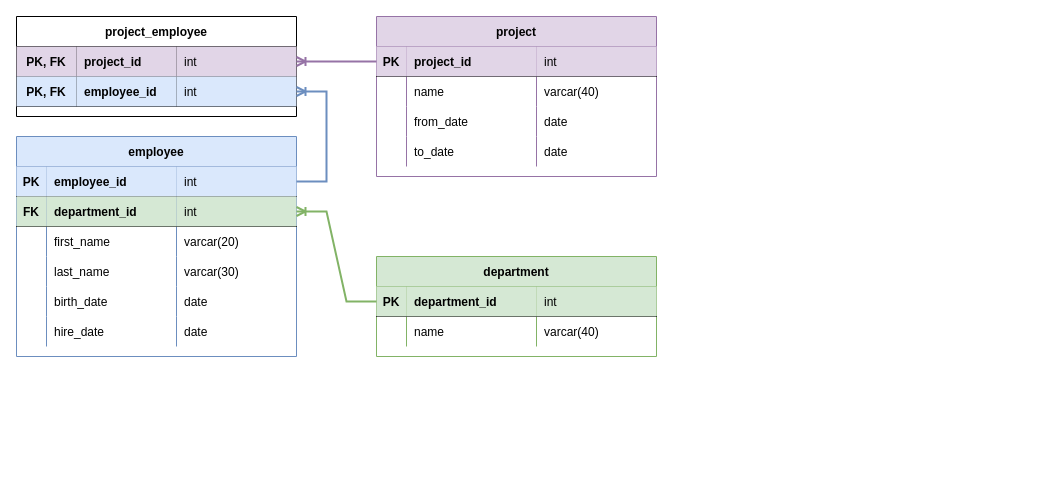
The draw.io diagram EmployeeProjects.drawio in kschuljak/kschuljak, before the edit. Source tidied: cells renumbered, new cells numbered last; positions are measured from the earlier drawing's top-left corner, leaving out a move shared by most shapes. Both pictures are drawn from the tidied source at 100%, with x=0, y=0 at pixel (16, 16).
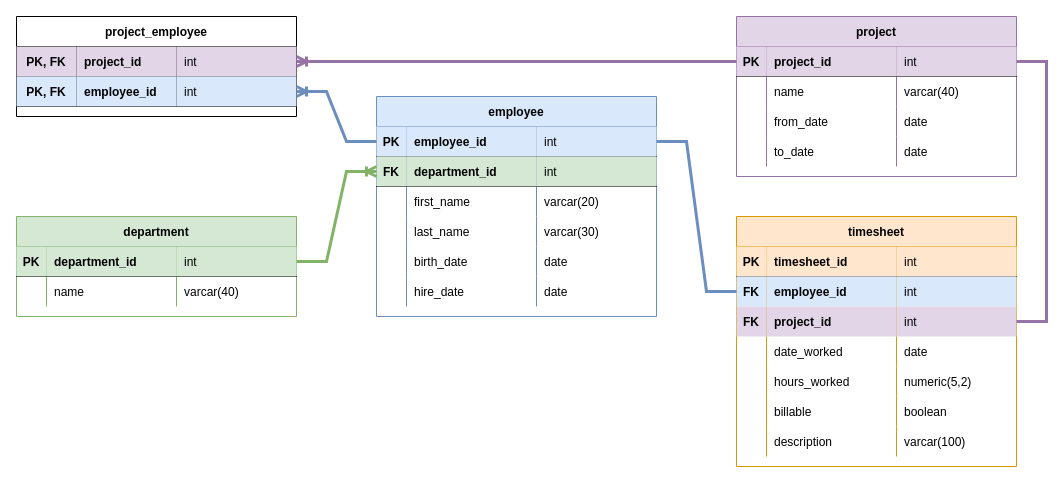
After the change.

The change refers to these unchanged cells:
```xml
<mxCell id="3" style="shape=partialRectangle;fillColor=none;points=[[0,0.5],[1,0.5]];portConstraint=eastwest;top=0;left=0;right=0;bottom=1;" parent="2" vertex="1">
  <mxGeometry y="30" width="280" height="30" as="geometry" />
</mxCell>
<mxCell id="12" style="shape=partialRectangle;fillColor=none;points=[[0,0.5],[1,0.5]];portConstraint=eastwest;top=0;left=0;right=0;bottom=1;" parent="11" vertex="1">
  <mxGeometry y="30" width="280" height="30" as="geometry" />
</mxCell>
<mxCell id="16" style="shape=partialRectangle;fillColor=none;points=[[0,0.5],[1,0.5]];portConstraint=eastwest;top=0;left=0;right=0;bottom=1;" parent="11" vertex="1">
  <mxGeometry y="60" width="280" height="30" as="geometry" />
</mxCell>
<mxCell id="37" style="shape=partialRectangle;fillColor=none;points=[[0,0.5],[1,0.5]];portConstraint=eastwest;top=0;left=0;right=0;bottom=1;" parent="36" vertex="1">
  <mxGeometry y="30" width="280" height="30" as="geometry" />
</mxCell>
<mxCell id="54" style="shape=partialRectangle;fillColor=none;points=[[0,0.5],[1,0.5]];portConstraint=eastwest;top=0;left=0;right=0;bottom=1;" parent="53" vertex="1">
  <mxGeometry y="30" width="280" height="30" as="geometry" />
</mxCell>
<mxCell id="58" style="shape=partialRectangle;fillColor=none;points=[[0,0.5],[1,0.5]];portConstraint=eastwest;top=0;left=0;right=0;bottom=1;" parent="53" vertex="1">
  <mxGeometry y="60" width="280" height="30" as="geometry" />
</mxCell>
```

Change to the diagram source:
```diff
@@
     <mxCell id="2" value="department" style="shape=table;startSize=30;childLayout=tableLayout;rowLines=0;fontStyle=1;align=center;fillColor=#d5e8d4;strokeColor=#82b366;" parent="1" vertex="1">
-      <mxGeometry x="360" y="240" width="280" height="100" as="geometry" />
+      <mxGeometry y="200" width="280" height="100" as="geometry" />
     </mxCell>
@@
     <mxCell id="11" value="employee" style="shape=table;startSize=30;childLayout=tableLayout;rowLines=0;fontStyle=1;align=center;fillColor=#dae8fc;strokeColor=#6c8ebf;" parent="1" vertex="1">
-      <mxGeometry y="120" width="280" height="220" as="geometry" />
+      <mxGeometry x="360" y="80" width="280" height="220" as="geometry" />
     </mxCell>
@@
     <mxCell id="36" value="project" style="shape=table;startSize=30;childLayout=tableLayout;rowLines=0;fontStyle=1;align=center;fillColor=#e1d5e7;strokeColor=#9673a6;" parent="1" vertex="1">
-      <mxGeometry x="360" width="280" height="160" as="geometry" />
+      <mxGeometry x="720" width="280" height="160" as="geometry" />
     </mxCell>
@@
-    <mxCell id="62" style="edgeStyle=entityRelationEdgeStyle;fontSize=12;html=1;endArrow=ERoneToMany;rounded=0;exitX=1;exitY=0.5;exitDx=0;exitDy=0;strokeWidth=2;fillColor=#dae8fc;strokeColor=#6c8ebf;" parent="1" edge="1" source="12" target="58">
+    <mxCell id="62" style="edgeStyle=entityRelationEdgeStyle;fontSize=12;html=1;endArrow=ERoneToMany;rounded=0;exitX=0;exitY=0.5;exitDx=0;exitDy=0;strokeWidth=3;fillColor=#dae8fc;strokeColor=#6c8ebf;" parent="1" edge="1" source="12" target="58">
       <mxGeometry relative="1" as="geometry" />
     </mxCell>
-    <mxCell id="63" style="edgeStyle=entityRelationEdgeStyle;fontSize=12;html=1;endArrow=ERoneToMany;rounded=0;strokeWidth=2;fillColor=#d5e8d4;strokeColor=#82b366;" parent="1" edge="1" source="3" target="16">
+    <mxCell id="63" style="edgeStyle=entityRelationEdgeStyle;fontSize=12;html=1;endArrow=ERoneToMany;rounded=0;strokeWidth=3;fillColor=#d5e8d4;strokeColor=#82b366;" parent="1" edge="1" source="3" target="16">
       <mxGeometry relative="1" as="geometry" />
     </mxCell>
-    <mxCell id="64" style="edgeStyle=entityRelationEdgeStyle;fontSize=12;html=1;endArrow=ERoneToMany;rounded=0;strokeWidth=2;exitX=0;exitY=0.5;exitDx=0;exitDy=0;fillColor=#e1d5e7;strokeColor=#9673a6;" parent="1" edge="1" source="37" target="54">
+    <mxCell id="64" style="edgeStyle=entityRelationEdgeStyle;fontSize=12;html=1;endArrow=ERoneToMany;rounded=0;strokeWidth=3;exitX=0;exitY=0.5;exitDx=0;exitDy=0;fillColor=#e1d5e7;strokeColor=#9673a6;" parent="1" edge="1" source="37" target="54">
       <mxGeometry relative="1" as="geometry" />
     </mxCell>
+    <mxCell id="65" value="timesheet" style="shape=table;startSize=30;childLayout=tableLayout;rowLines=0;fontStyle=1;align=center;fillColor=#ffe6cc;strokeColor=#d79b00;" parent="1" vertex="1">
+      <mxGeometry x="720" y="200" width="280" height="250" as="geometry" />
+    </mxCell>
+    <mxCell id="66" style="shape=partialRectangle;fillColor=none;top=0;left=0;right=0;bottom=1;" parent="65" vertex="1">
+      <mxGeometry y="30" width="280" height="30" as="geometry" />
+    </mxCell>
+    <mxCell id="67" value="PK" style="shape=partialRectangle;overflow=hidden;fillColor=#ffe6cc;top=0;left=0;bottom=0;right=0;fontStyle=1;strokeColor=#d79b00;" parent="66" vertex="1">
+      <mxGeometry width="30" height="30" as="geometry" />
+    </mxCell>
+    <mxCell id="68" value="timesheet_id" style="shape=partialRectangle;overflow=hidden;fillColor=#ffe6cc;top=0;left=0;bottom=0;right=0;align=left;spacingLeft=6;fontStyle=1;strokeColor=#d79b00;" parent="66" vertex="1">
+      <mxGeometry x="30" width="130" height="30" as="geometry" />
+    </mxCell>
+    <mxCell id="69" value="int" style="shape=partialRectangle;overflow=hidden;fillColor=#ffe6cc;top=0;left=0;bottom=0;right=0;align=left;spacingLeft=6;fontStyle=0;strokeColor=#d79b00;" parent="66" vertex="1">
+      <mxGeometry x="160" width="120" height="30" as="geometry" />
+    </mxCell>
+    <mxCell id="70" style="shape=partialRectangle;fillColor=none;points=[[0,0.5],[1,0.5]];portConstraint=eastwest;top=0;left=0;right=0;bottom=0;" parent="65" vertex="1">
+      <mxGeometry y="60" width="280" height="30" as="geometry" />
+    </mxCell>
+    <mxCell id="71" value="FK" style="shape=partialRectangle;overflow=hidden;fillColor=#dae8fc;top=0;left=0;bottom=0;right=0;strokeColor=#6c8ebf;fontStyle=1;" parent="70" vertex="1">
+      <mxGeometry width="30" height="30" as="geometry" />
+    </mxCell>
+    <mxCell id="72" value="employee_id" style="shape=partialRectangle;overflow=hidden;fillColor=#dae8fc;top=0;left=0;bottom=0;right=0;align=left;spacingLeft=6;strokeColor=#6c8ebf;fontStyle=1;" parent="70" vertex="1">
+      <mxGeometry x="30" width="130" height="30" as="geometry" />
+    </mxCell>
+    <mxCell id="73" value="int" style="shape=partialRectangle;overflow=hidden;fillColor=#dae8fc;top=0;left=0;bottom=0;right=0;align=left;spacingLeft=6;strokeColor=#6c8ebf;" parent="70" vertex="1">
+      <mxGeometry x="160" width="120" height="30" as="geometry" />
+    </mxCell>
+    <mxCell id="74" style="shape=partialRectangle;fillColor=none;points=[[0,0.5],[1,0.5]];portConstraint=eastwest;top=0;left=0;right=0;bottom=0;" parent="65" vertex="1">
+      <mxGeometry y="90" width="280" height="30" as="geometry" />
+    </mxCell>
+    <mxCell id="75" value="FK" style="shape=partialRectangle;overflow=hidden;fillColor=#e1d5e7;top=0;left=0;bottom=0;right=0;strokeColor=#9673a6;fontStyle=1;" parent="74" vertex="1">
+      <mxGeometry width="30" height="30" as="geometry" />
+    </mxCell>
+    <mxCell id="76" value="project_id" style="shape=partialRectangle;overflow=hidden;fillColor=#e1d5e7;top=0;left=0;bottom=0;right=0;align=left;spacingLeft=6;strokeColor=#9673a6;fontStyle=1;" parent="74" vertex="1">
+      <mxGeometry x="30" width="130" height="30" as="geometry" />
+    </mxCell>
+    <mxCell id="77" value="int" style="shape=partialRectangle;overflow=hidden;fillColor=#e1d5e7;top=0;left=0;bottom=0;right=0;align=left;spacingLeft=6;strokeColor=#9673a6;" parent="74" vertex="1">
+      <mxGeometry x="160" width="120" height="30" as="geometry" />
+    </mxCell>
+    <mxCell id="78" style="shape=partialRectangle;fillColor=none;top=0;left=0;right=0;bottom=0;" parent="65" vertex="1">
+      <mxGeometry y="120" width="280" height="30" as="geometry" />
+    </mxCell>
+    <mxCell id="79" style="shape=partialRectangle;overflow=hidden;fillColor=none;top=0;left=0;bottom=0;right=0;" parent="78" vertex="1">
+      <mxGeometry width="30" height="30" as="geometry" />
+    </mxCell>
+    <mxCell id="80" value="date_worked" style="shape=partialRectangle;overflow=hidden;fillColor=none;top=0;left=0;bottom=0;right=0;align=left;spacingLeft=6;" parent="78" vertex="1">
+      <mxGeometry x="30" width="130" height="30" as="geometry" />
+    </mxCell>
+    <mxCell id="81" value="date" style="shape=partialRectangle;overflow=hidden;fillColor=none;top=0;left=0;bottom=0;right=0;align=left;spacingLeft=6;" parent="78" vertex="1">
+      <mxGeometry x="160" width="120" height="30" as="geometry" />
+    </mxCell>
+    <mxCell id="82" style="shape=partialRectangle;fillColor=none;top=0;left=0;right=0;bottom=0;" parent="65" vertex="1">
+      <mxGeometry y="150" width="280" height="30" as="geometry" />
+    </mxCell>
+    <mxCell id="83" style="shape=partialRectangle;overflow=hidden;fillColor=none;top=0;left=0;bottom=0;right=0;" parent="82" vertex="1">
+      <mxGeometry width="30" height="30" as="geometry" />
+    </mxCell>
+    <mxCell id="84" value="hours_worked" style="shape=partialRectangle;overflow=hidden;fillColor=none;top=0;left=0;bottom=0;right=0;align=left;spacingLeft=6;" parent="82" vertex="1">
+      <mxGeometry x="30" width="130" height="30" as="geometry" />
+    </mxCell>
+    <mxCell id="85" value="numeric(5,2)" style="shape=partialRectangle;overflow=hidden;fillColor=none;top=0;left=0;bottom=0;right=0;align=left;spacingLeft=6;" parent="82" vertex="1">
+      <mxGeometry x="160" width="120" height="30" as="geometry" />
+    </mxCell>
+    <mxCell id="86" style="shape=partialRectangle;fillColor=none;top=0;left=0;right=0;bottom=0;" parent="65" vertex="1">
+      <mxGeometry y="180" width="280" height="30" as="geometry" />
+    </mxCell>
+    <mxCell id="87" style="shape=partialRectangle;overflow=hidden;fillColor=none;top=0;left=0;bottom=0;right=0;" parent="86" vertex="1">
+      <mxGeometry width="30" height="30" as="geometry" />
+    </mxCell>
+    <mxCell id="88" value="billable" style="shape=partialRectangle;overflow=hidden;fillColor=none;top=0;left=0;bottom=0;right=0;align=left;spacingLeft=6;" parent="86" vertex="1">
+      <mxGeometry x="30" width="130" height="30" as="geometry" />
+    </mxCell>
+    <mxCell id="89" value="boolean" style="shape=partialRectangle;overflow=hidden;fillColor=none;top=0;left=0;bottom=0;right=0;align=left;spacingLeft=6;" parent="86" vertex="1">
+      <mxGeometry x="160" width="120" height="30" as="geometry" />
+    </mxCell>
+    <mxCell id="90" style="shape=partialRectangle;fillColor=none;top=0;left=0;right=0;bottom=0;" parent="65" vertex="1">
+      <mxGeometry y="210" width="280" height="30" as="geometry" />
+    </mxCell>
+    <mxCell id="91" style="shape=partialRectangle;overflow=hidden;fillColor=none;top=0;left=0;bottom=0;right=0;" parent="90" vertex="1">
+      <mxGeometry width="30" height="30" as="geometry" />
+    </mxCell>
+    <mxCell id="92" value="description" style="shape=partialRectangle;overflow=hidden;fillColor=none;top=0;left=0;bottom=0;right=0;align=left;spacingLeft=6;" parent="90" vertex="1">
+      <mxGeometry x="30" width="130" height="30" as="geometry" />
+    </mxCell>
+    <mxCell id="93" value="varcar(100)" style="shape=partialRectangle;overflow=hidden;fillColor=none;top=0;left=0;bottom=0;right=0;align=left;spacingLeft=6;" parent="90" vertex="1">
+      <mxGeometry x="160" width="120" height="30" as="geometry" />
+    </mxCell>
+    <mxCell id="94" style="edgeStyle=entityRelationEdgeStyle;fontSize=12;html=1;endArrow=none;startArrow=none;rounded=0;strokeWidth=3;fillColor=#dae8fc;strokeColor=#6c8ebf;startFill=0;endFill=0;" parent="1" edge="1" source="70" target="12">
+      <mxGeometry relative="1" as="geometry" />
+    </mxCell>
+    <mxCell id="95" style="edgeStyle=entityRelationEdgeStyle;fontSize=12;html=1;endArrow=none;startArrow=none;rounded=0;strokeWidth=3;fillColor=#e1d5e7;strokeColor=#9673a6;endFill=0;startFill=0;" parent="1" edge="1" source="74" target="37">
+      <mxGeometry relative="1" as="geometry" />
+    </mxCell>
```
